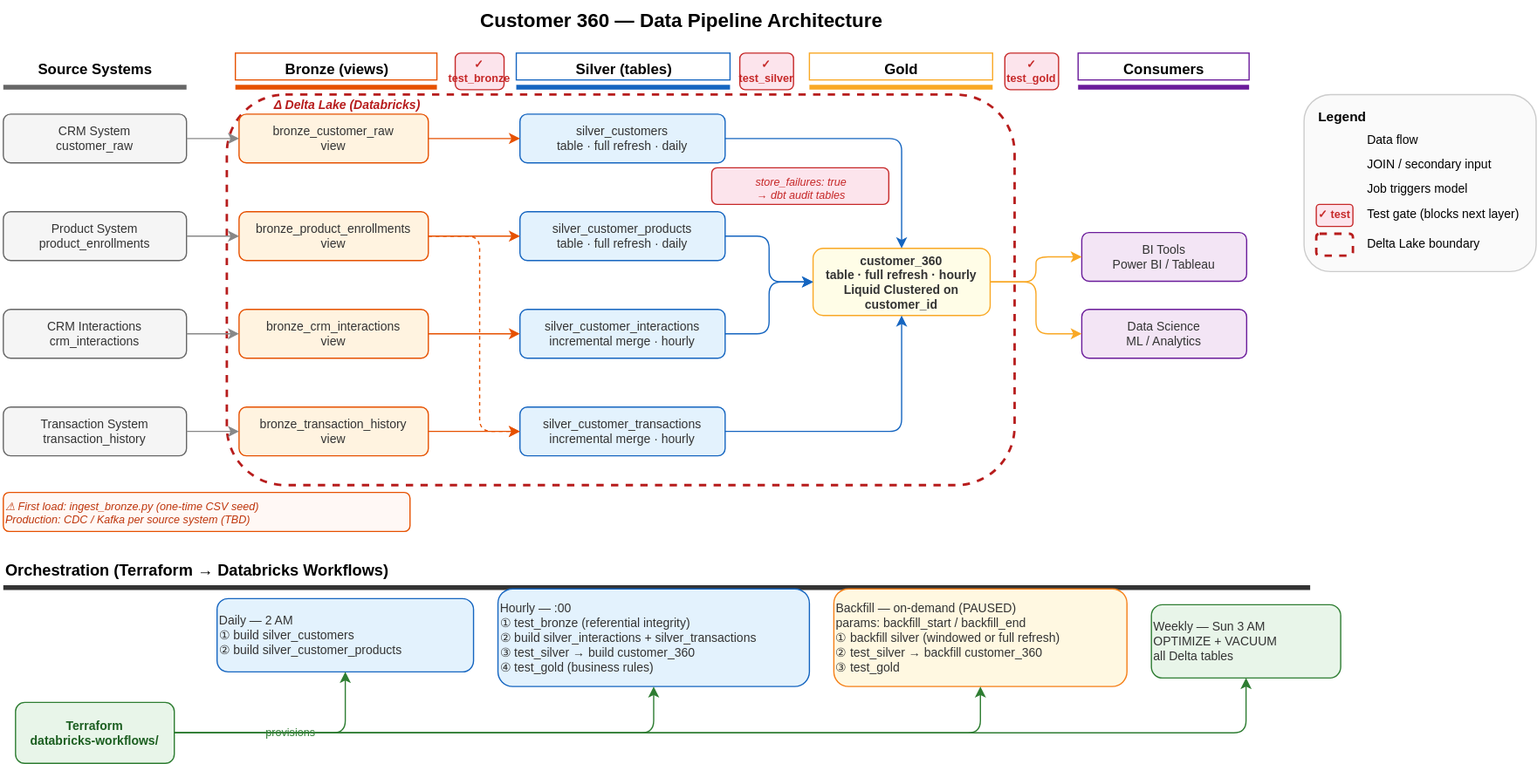
Before: docs/architecture.svg, a diagram exported from draw.io (thanhbui221/tymex). Source tidied: cells renumbered, new cells last; positions are measured from the earlier drawing's top-left corner, leaving out a move shared by most shapes.
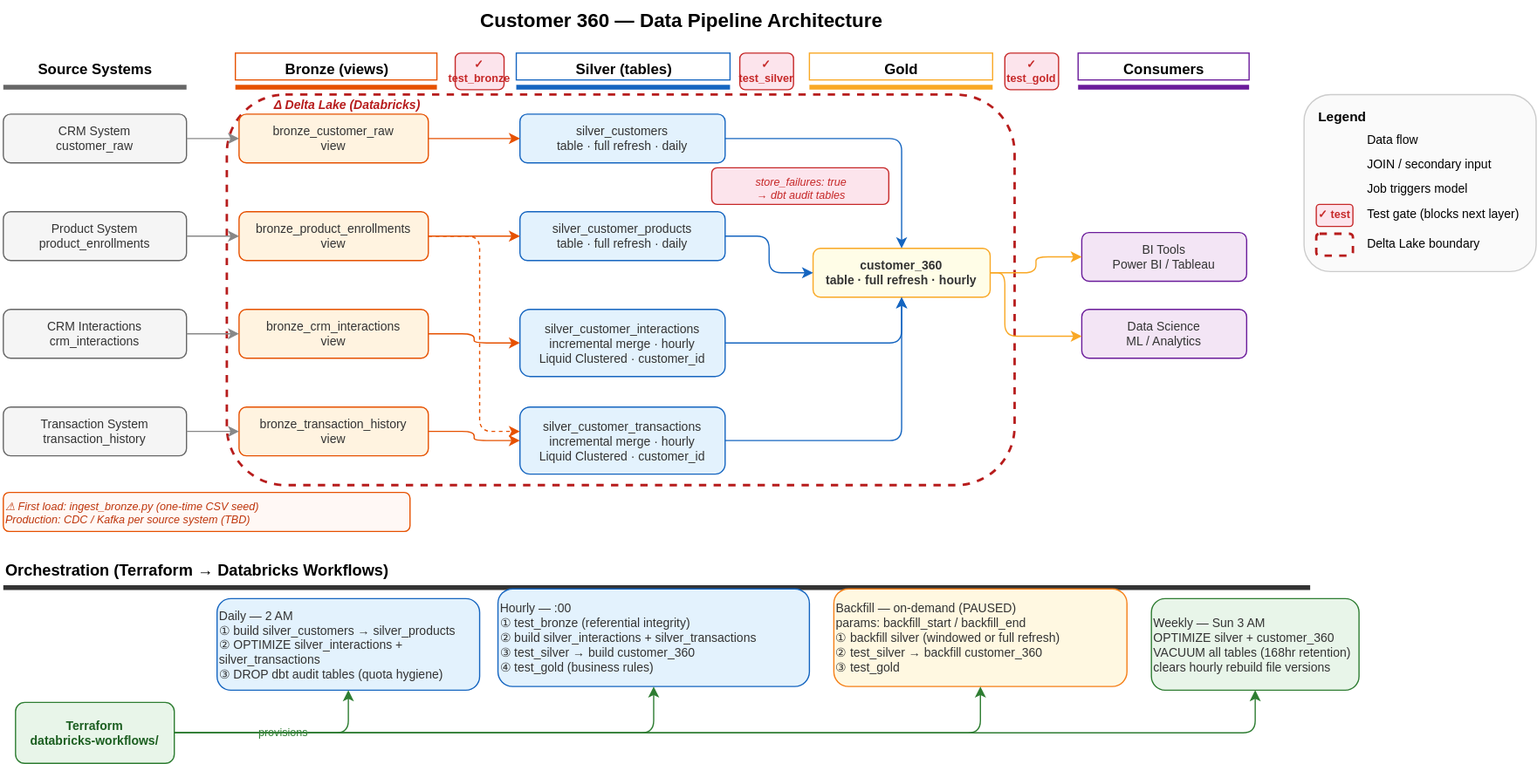
The same diagram one commit later.

Diff of the diagram source:
```diff
@@ -77,17 +77,17 @@
     <mxCell id="26" value="silver_customer_products&#10;table · full refresh · daily" style="rounded=1;whiteSpace=wrap;html=1;fillColor=#e3f2fd;strokeColor=#1565c0;fontColor=#333333;fontSize=10;" parent="1" vertex="1">
       <mxGeometry x="423" y="173" width="168" height="40" as="geometry" />
     </mxCell>
-    <mxCell id="27" value="silver_customer_interactions&#10;incremental merge · hourly" style="rounded=1;whiteSpace=wrap;html=1;fillColor=#e3f2fd;strokeColor=#1565c0;fontColor=#333333;fontSize=10;" parent="1" vertex="1">
-      <mxGeometry x="423" y="253" width="168" height="40" as="geometry" />
+    <mxCell id="27" value="silver_customer_interactions&#10;incremental merge · hourly&#10;Liquid Clustered · customer_id" style="rounded=1;whiteSpace=wrap;html=1;fillColor=#e3f2fd;strokeColor=#1565c0;fontColor=#333333;fontSize=10;" parent="1" vertex="1">
+      <mxGeometry x="423" y="253" width="168" height="55" as="geometry" />
     </mxCell>
-    <mxCell id="28" value="silver_customer_transactions&#10;incremental merge · hourly" style="rounded=1;whiteSpace=wrap;html=1;fillColor=#e3f2fd;strokeColor=#1565c0;fontColor=#333333;fontSize=10;" parent="1" vertex="1">
-      <mxGeometry x="423" y="333" width="168" height="40" as="geometry" />
+    <mxCell id="28" value="silver_customer_transactions&#10;incremental merge · hourly&#10;Liquid Clustered · customer_id" style="rounded=1;whiteSpace=wrap;html=1;fillColor=#e3f2fd;strokeColor=#1565c0;fontColor=#333333;fontSize=10;" parent="1" vertex="1">
+      <mxGeometry x="423" y="333" width="168" height="55" as="geometry" />
     </mxCell>
     <mxCell id="29" value="✓ test_silver" style="rounded=1;whiteSpace=wrap;html=1;fillColor=#fce4ec;strokeColor=#c62828;fontColor=#c62828;fontSize=9;fontStyle=1;" parent="1" vertex="1">
       <mxGeometry x="603" y="43" width="44" height="30" as="geometry" />
     </mxCell>
-    <mxCell id="30" value="customer_360&#10;table · full refresh · hourly&#10;Liquid Clustered on customer_id" style="rounded=1;whiteSpace=wrap;html=1;fillColor=#fffde7;strokeColor=#f9a825;fontColor=#333333;fontStyle=1;fontSize=10;" parent="1" vertex="1">
-      <mxGeometry x="663" y="203" width="145" height="55" as="geometry" />
+    <mxCell id="30" value="customer_360&#10;table · full refresh · hourly" style="rounded=1;whiteSpace=wrap;html=1;fillColor=#fffde7;strokeColor=#f9a825;fontColor=#333333;fontStyle=1;fontSize=10;" parent="1" vertex="1">
+      <mxGeometry x="663" y="203" width="145" height="40" as="geometry" />
     </mxCell>
     <mxCell id="31" value="✓ test_gold" style="rounded=1;whiteSpace=wrap;html=1;fillColor=#fce4ec;strokeColor=#c62828;fontColor=#c62828;fontSize=9;fontStyle=1;" parent="1" vertex="1">
       <mxGeometry x="820" y="43" width="44" height="30" as="geometry" />
@@ -149,7 +149,12 @@
       <mxGeometry relative="1" as="geometry" />
     </mxCell>
     <mxCell id="49" style="edgeStyle=orthogonalEdgeStyle;html=1;strokeColor=#f9a825;" parent="1" edge="1" source="30" target="34">
-      <mxGeometry relative="1" as="geometry" />
+      <mxGeometry relative="1" as="geometry">
+        <Array as="points">
+          <mxPoint x="820" y="223" />
+          <mxPoint x="820" y="275" />
+        </Array>
+      </mxGeometry>
     </mxCell>
     <mxCell id="50" value="Orchestration (Terraform → Databricks Workflows)" style="text;html=1;strokeColor=none;fillColor=none;align=left;fontStyle=1;fontSize=13;" parent="1" vertex="1">
       <mxGeometry y="453" width="450" height="22" as="geometry" />
@@ -160,8 +165,8 @@
     <mxCell id="52" value="Terraform&#10;databricks-workflows/" style="rounded=1;whiteSpace=wrap;html=1;fillColor=#e8f5e9;strokeColor=#2e7d32;fontColor=#1b5e20;fontStyle=1;fontSize=10;" parent="1" vertex="1">
       <mxGeometry x="10" y="575" width="130" height="50" as="geometry" />
     </mxCell>
-    <mxCell id="53" value="Daily — 2 AM&#10;① build silver_customers&#10;② build silver_customer_products" style="rounded=1;whiteSpace=wrap;html=1;fillColor=#e3f2fd;strokeColor=#1565c0;fontColor=#333333;fontSize=10;align=left;" parent="1" vertex="1">
-      <mxGeometry x="175" y="490" width="210" height="60" as="geometry" />
+    <mxCell id="53" value="Daily — 2 AM&#10;① build silver_customers → silver_products&#10;② OPTIMIZE silver_interactions + silver_transactions&#10;③ DROP dbt audit tables (quota hygiene)" style="rounded=1;whiteSpace=wrap;html=1;fillColor=#e3f2fd;strokeColor=#1565c0;fontColor=#333333;fontSize=10;align=left;" parent="1" vertex="1">
+      <mxGeometry x="175" y="490" width="215" height="75" as="geometry" />
     </mxCell>
     <mxCell id="54" value="Hourly — :00&#10;① test_bronze (referential integrity)&#10;② build silver_interactions + silver_transactions&#10;③ test_silver → build customer_360&#10;④ test_gold (business rules)" style="rounded=1;whiteSpace=wrap;html=1;fillColor=#e3f2fd;strokeColor=#1565c0;fontColor=#333333;fontSize=10;align=left;" parent="1" vertex="1">
       <mxGeometry x="405" y="482" width="255" height="80" as="geometry" />
@@ -169,8 +174,8 @@
     <mxCell id="55" value="Backfill — on-demand (PAUSED)&#10;params: backfill_start / backfill_end&#10;① backfill silver (windowed or full refresh)&#10;② test_silver → backfill customer_360&#10;③ test_gold" style="rounded=1;whiteSpace=wrap;html=1;fillColor=#fff8e1;strokeColor=#f57f17;fontColor=#333333;fontSize=10;align=left;" parent="1" vertex="1">
       <mxGeometry x="680" y="482" width="240" height="80" as="geometry" />
     </mxCell>
-    <mxCell id="56" value="Weekly — Sun 3 AM&#10;OPTIMIZE + VACUUM&#10;all Delta tables" style="rounded=1;whiteSpace=wrap;html=1;fillColor=#e8f5e9;strokeColor=#2e7d32;fontColor=#333333;fontSize=10;align=left;" parent="1" vertex="1">
-      <mxGeometry x="940" y="495" width="155" height="60" as="geometry" />
+    <mxCell id="56" value="Weekly — Sun 3 AM&#10;OPTIMIZE silver + customer_360&#10;VACUUM all tables (168hr retention)&#10;clears hourly rebuild file versions" style="rounded=1;whiteSpace=wrap;html=1;fillColor=#e8f5e9;strokeColor=#2e7d32;fontColor=#333333;fontSize=10;align=left;" parent="1" vertex="1">
+      <mxGeometry x="940" y="490" width="170" height="75" as="geometry" />
     </mxCell>
     <mxCell id="57" value="provisions" style="edgeStyle=orthogonalEdgeStyle;html=1;strokeColor=#2e7d32;fontSize=9;fontColor=#2e7d32;" parent="1" edge="1" source="52" target="53">
       <mxGeometry relative="1" as="geometry" />
```
